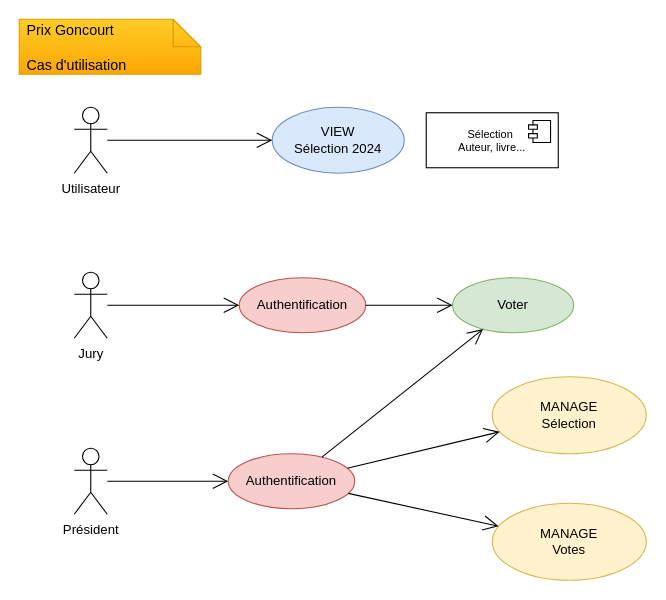
This is Cas_utilisation.drawio from MelissaHOA/Prix_Goncourt, a draw.io file, before an edit. Source tidied: cells renumbered, new cells numbered last; positions are measured from the earlier drawing's top-left corner, leaving out a move shared by most shapes. Both pictures are drawn from the tidied source at 110%, with x=0, y=0 at pixel (19, 19).
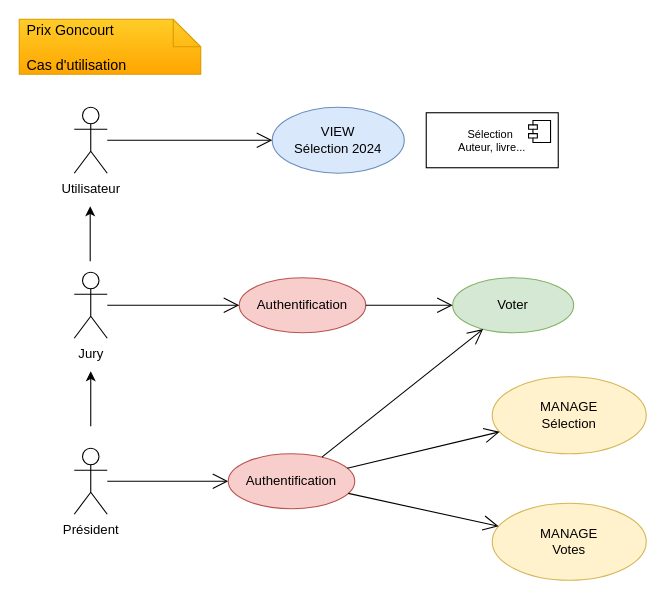
The same page after the edit.

Commit message:
Mettre à jour Cas_utilisation.drawio

Diff of the diagram source:
```diff
@@
+    <mxCell id="22" style="edgeStyle=orthogonalEdgeStyle;rounded=0;orthogonalLoop=1;jettySize=auto;html=1;" parent="1" edge="1">
+      <mxGeometry relative="1" as="geometry">
+        <mxPoint x="65" y="370" as="sourcePoint" />
+        <mxPoint x="65" y="320" as="targetPoint" />
+      </mxGeometry>
+    </mxCell>
@@
+    <mxCell id="23" style="edgeStyle=orthogonalEdgeStyle;rounded=0;orthogonalLoop=1;jettySize=auto;html=1;" parent="1" edge="1">
+      <mxGeometry relative="1" as="geometry">
+        <mxPoint x="64.5" y="220" as="sourcePoint" />
+        <mxPoint x="64.5" y="170" as="targetPoint" />
+      </mxGeometry>
+    </mxCell>
```
